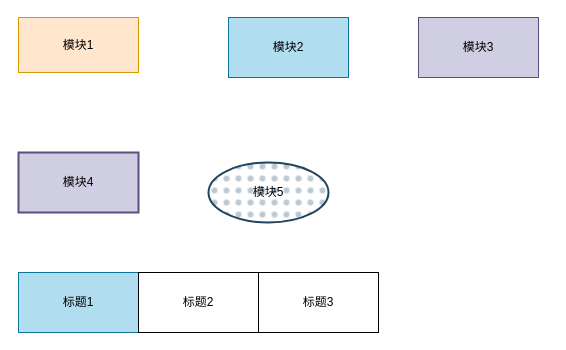
This is test_1.drawio from JeffreyYeTHU/Drawings, a draw.io file, before an edit. Source tidied: cells renumbered, new cells numbered last; positions are measured from the earlier drawing's top-left corner, leaving out a move shared by most shapes. Both pictures are drawn from the tidied source at 100%, with x=0, y=0 at pixel (18, 17).
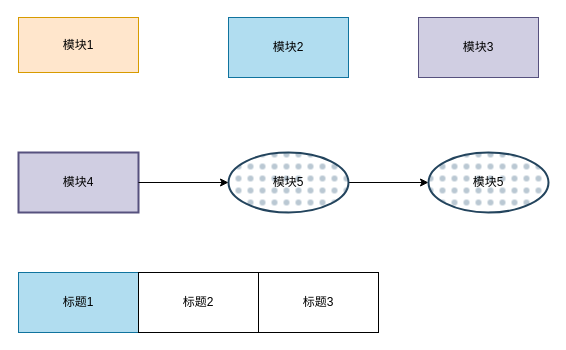
Above is the later version.

Commit message:
Conect shapes

What changed in the source:
```diff
@@
 <mxGraphModel>
   <root>
     <mxCell id="0" />
     <mxCell id="1" parent="0" />
     <mxCell id="2" value="模块1" style="whiteSpace=wrap;html=1;fillColor=#ffe6cc;strokeColor=#d79b00;" parent="1" vertex="1">
       <mxGeometry width="120" height="55" as="geometry" />
     </mxCell>
     <mxCell id="3" value="模块2" style="whiteSpace=wrap;html=1;fillColor=#b1ddf0;strokeColor=#10739e;" parent="1" vertex="1">
       <mxGeometry x="210" width="120" height="60" as="geometry" />
     </mxCell>
     <mxCell id="4" value="模块3" style="whiteSpace=wrap;html=1;fillColor=#d0cee2;strokeColor=#56517e;" parent="1" vertex="1">
       <mxGeometry x="400" width="120" height="60" as="geometry" />
     </mxCell>
     <mxCell id="5" value="模块4" style="whiteSpace=wrap;html=1;strokeWidth=2;fillWeight=4;hachureGap=8;hachureAngle=45;fillColor=#d0cee2;strokeColor=#56517e;" parent="1" vertex="1">
       <mxGeometry y="135" width="120" height="60" as="geometry" />
     </mxCell>
+    <mxCell id="10" style="edgeStyle=orthogonalEdgeStyle;rounded=0;jettySize=auto;html=1;" parent="1" edge="1" source="6" target="12">
+      <mxGeometry relative="1" as="geometry" />
+    </mxCell>
     <mxCell id="6" value="模块5" style="ellipse;whiteSpace=wrap;html=1;strokeWidth=2;fillWeight=2;hachureGap=8;fillColor=#bac8d3;fillStyle=dots;strokeColor=#23445d;" parent="1" vertex="1">
-      <mxGeometry x="190" y="145" width="120" height="60" as="geometry" />
+      <mxGeometry x="210" y="135" width="120" height="60" as="geometry" />
     </mxCell>
     <mxCell id="7" value="标题1" style="whiteSpace=wrap;html=1;glass=0;fillColor=#b1ddf0;strokeColor=#10739e;" parent="1" vertex="1">
       <mxGeometry y="255" width="120" height="60" as="geometry" />
     </mxCell>
     <mxCell id="8" value="标题2" style="whiteSpace=wrap;html=1;" parent="1" vertex="1">
       <mxGeometry x="120" y="255" width="120" height="60" as="geometry" />
     </mxCell>
     <mxCell id="9" value="标题3" style="whiteSpace=wrap;html=1;" parent="1" vertex="1">
       <mxGeometry x="240" y="255" width="120" height="60" as="geometry" />
     </mxCell>
+    <mxCell id="11" style="endArrow=classic;html=1;" parent="1" edge="1" source="5" target="6">
+      <mxGeometry relative="1" as="geometry" />
+    </mxCell>
+    <mxCell id="12" value="模块5" style="ellipse;whiteSpace=wrap;html=1;strokeWidth=2;fillWeight=2;hachureGap=8;fillColor=#bac8d3;fillStyle=dots;strokeColor=#23445d;" parent="1" vertex="1">
+      <mxGeometry x="410" y="135" width="120" height="60" as="geometry" />
+    </mxCell>
   </root>
 </mxGraphModel>
```
